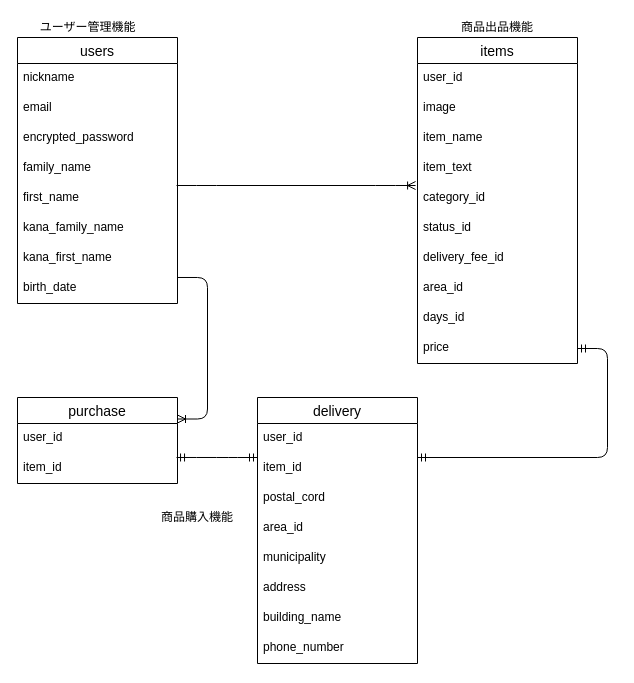
Before: furima.dio in akn127/furima-34556, a draw.io diagram. Source tidied: cells renumbered, new cells numbered last; positions are measured from the earlier drawing's top-left corner, leaving out a move shared by most shapes. Both pictures are drawn from the tidied source at 100%, with x=0, y=0 at pixel (17, 17).
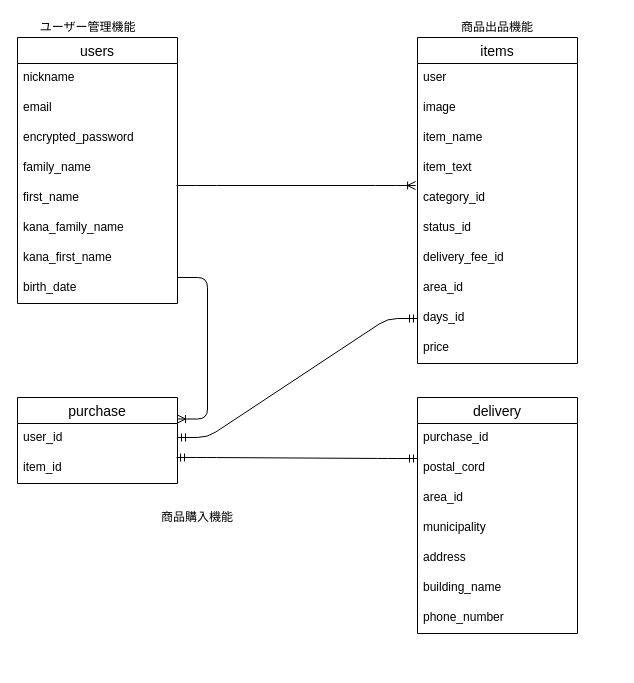
After the change.

Commit message (it also covers changes not shown here):
ER図、READMEの修正（２）

The change refers to these unchanged cells:
```xml
<mxCell id="11" value="items" style="swimlane;fontStyle=0;horizontal=1;startSize=26;align=center;fontSize=14;" parent="1" vertex="1">
  <mxGeometry x="400" y="20" width="160" height="326" as="geometry" />
</mxCell>
<mxCell id="20" value="days_id" style="text;strokeColor=none;fillColor=none;spacingLeft=4;spacingRight=4;overflow=hidden;points=[[0,0.5],[1,0.5]];portConstraint=eastwest;fontSize=12;" parent="11" vertex="1">
  <mxGeometry y="266" width="160" height="30" as="geometry" />
</mxCell>
<mxCell id="21" value="price" style="text;strokeColor=none;fillColor=none;spacingLeft=4;spacingRight=4;overflow=hidden;points=[[0,0.5],[1,0.5]];portConstraint=eastwest;fontSize=12;" parent="11" vertex="1">
  <mxGeometry y="296" width="160" height="30" as="geometry" />
</mxCell>
<mxCell id="37" value="item_id" style="text;strokeColor=none;fillColor=none;spacingLeft=4;spacingRight=4;overflow=hidden;points=[[0,0.5],[1,0.5]];portConstraint=eastwest;fontSize=12;" parent="35" vertex="1">
  <mxGeometry y="56" width="160" height="30" as="geometry" />
</mxCell>
```

Change to the diagram source:
```diff
@@
-    <mxCell id="12" value="user_id" style="text;strokeColor=none;fillColor=none;spacingLeft=4;spacingRight=4;overflow=hidden;fontSize=12;" parent="11" vertex="1">
+    <mxCell id="12" value="user" style="text;strokeColor=none;fillColor=none;spacingLeft=4;spacingRight=4;overflow=hidden;fontSize=12;" parent="11" vertex="1">
       <mxGeometry y="26" width="160" height="30" as="geometry" />
     </mxCell>
@@
     <mxCell id="23" value="delivery" style="swimlane;fontStyle=0;horizontal=1;startSize=26;align=center;fontSize=14;" parent="1" vertex="1">
-      <mxGeometry x="240" y="380" width="160" height="266" as="geometry" />
+      <mxGeometry x="400" y="380" width="160" height="236" as="geometry" />
     </mxCell>
-    <mxCell id="24" value="user_id" style="text;strokeColor=none;fillColor=none;spacingLeft=4;spacingRight=4;overflow=hidden;fontSize=12;" parent="23" vertex="1">
+    <mxCell id="24" value="purchase_id" style="text;strokeColor=none;fillColor=none;spacingLeft=4;spacingRight=4;overflow=hidden;fontSize=12;" parent="23" vertex="1">
       <mxGeometry y="26" width="160" height="30" as="geometry" />
     </mxCell>
-    <mxCell id="25" value="item_id" style="text;strokeColor=none;fillColor=none;spacingLeft=4;spacingRight=4;overflow=hidden;fontSize=12;" parent="23" vertex="1">
-      <mxGeometry y="56" width="160" height="30" as="geometry" />
-    </mxCell>
     <mxCell id="26" value="postal_cord" style="text;strokeColor=none;fillColor=none;spacingLeft=4;spacingRight=4;overflow=hidden;fontSize=12;" parent="23" vertex="1">
-      <mxGeometry y="86" width="160" height="30" as="geometry" />
+      <mxGeometry y="56" width="160" height="30" as="geometry" />
     </mxCell>
     <mxCell id="27" value="area_id" style="text;strokeColor=none;fillColor=none;spacingLeft=4;spacingRight=4;overflow=hidden;fontSize=12;" parent="23" vertex="1">
-      <mxGeometry y="116" width="160" height="30" as="geometry" />
+      <mxGeometry y="86" width="160" height="30" as="geometry" />
     </mxCell>
     <mxCell id="28" value="municipality" style="text;strokeColor=none;fillColor=none;spacingLeft=4;spacingRight=4;overflow=hidden;fontSize=12;" parent="23" vertex="1">
-      <mxGeometry y="146" width="160" height="30" as="geometry" />
+      <mxGeometry y="116" width="160" height="30" as="geometry" />
     </mxCell>
     <mxCell id="29" value="address" style="text;strokeColor=none;fillColor=none;spacingLeft=4;spacingRight=4;overflow=hidden;fontSize=12;" parent="23" vertex="1">
-      <mxGeometry y="176" width="160" height="30" as="geometry" />
+      <mxGeometry y="146" width="160" height="30" as="geometry" />
     </mxCell>
     <mxCell id="30" value="building_name" style="text;strokeColor=none;fillColor=none;spacingLeft=4;spacingRight=4;overflow=hidden;fontSize=12;" parent="23" vertex="1">
-      <mxGeometry y="206" width="160" height="30" as="geometry" />
+      <mxGeometry y="176" width="160" height="30" as="geometry" />
     </mxCell>
     <mxCell id="31" value="phone_number" style="text;strokeColor=none;fillColor=none;spacingLeft=4;spacingRight=4;overflow=hidden;fontSize=12;" parent="23" vertex="1">
-      <mxGeometry y="236" width="160" height="30" as="geometry" />
+      <mxGeometry y="206" width="160" height="30" as="geometry" />
     </mxCell>
@@
     <mxCell id="39" style="edgeStyle=entityRelationEdgeStyle;fontSize=12;html=1;endArrow=ERmandOne;startArrow=ERmandOne;exitX=0.994;exitY=0.133;exitDx=0;exitDy=0;exitPerimeter=0;" parent="1" edge="1" source="37">
       <mxGeometry relative="1" as="geometry">
-        <mxPoint x="240" y="440" as="targetPoint" />
+        <mxPoint x="400" y="441" as="targetPoint" />
       </mxGeometry>
     </mxCell>
-    <mxCell id="40" style="edgeStyle=entityRelationEdgeStyle;fontSize=12;html=1;endArrow=ERmandOne;startArrow=ERmandOne;exitX=0.994;exitY=0.133;exitDx=0;exitDy=0;exitPerimeter=0;" parent="1" edge="1" target="21">
-      <mxGeometry relative="1" as="geometry">
-        <mxPoint x="400" y="440" as="sourcePoint" />
-      </mxGeometry>
-    </mxCell>
+    <mxCell id="41" style="edgeStyle=entityRelationEdgeStyle;fontSize=12;html=1;endArrow=ERmandOne;startArrow=ERmandOne;entryX=0;entryY=0.5;entryDx=0;entryDy=0;" parent="1" edge="1" target="20">
+      <mxGeometry relative="1" as="geometry">
+        <mxPoint x="160" y="420" as="sourcePoint" />
+      </mxGeometry>
+    </mxCell>
```
